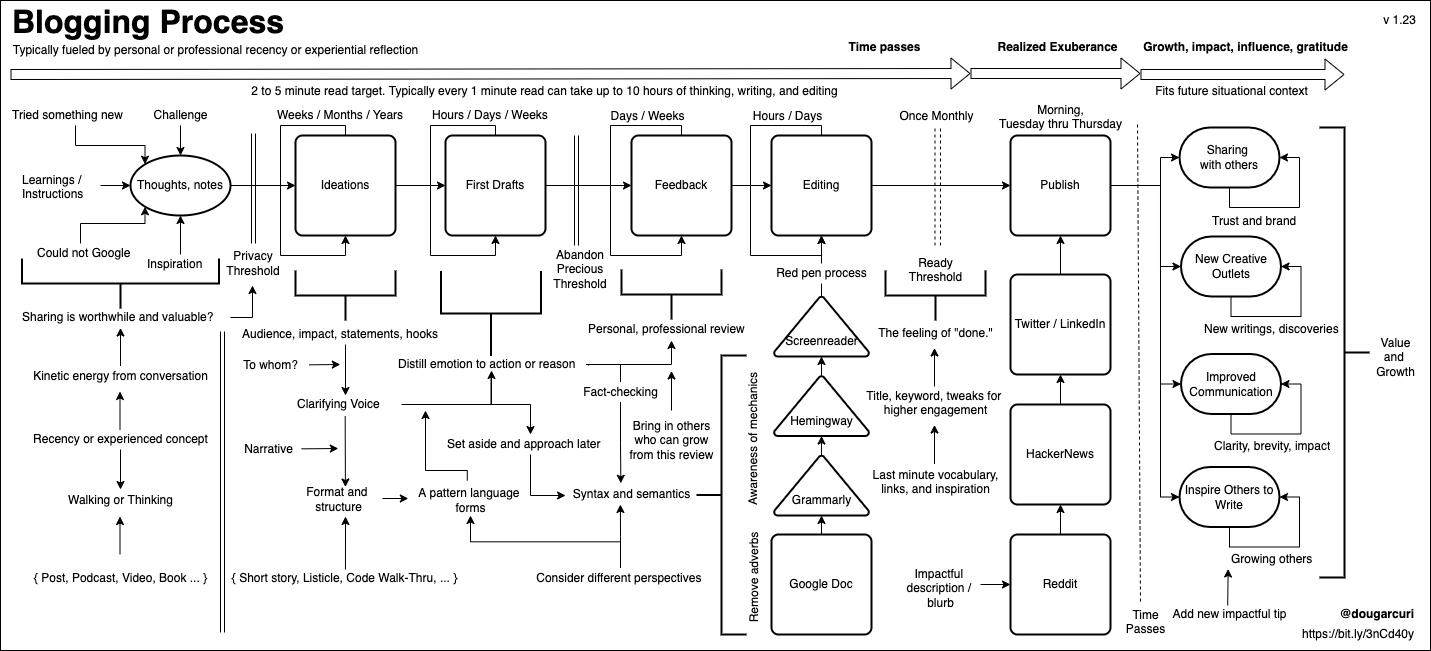
Earlier version of the draw.io export mentoring/diagrams/blogging-process.png (solidi/learning-notes). Source tidied: cells renumbered, new cells last; positions are measured from the earlier drawing's top-left corner, leaving out a move shared by most shapes.
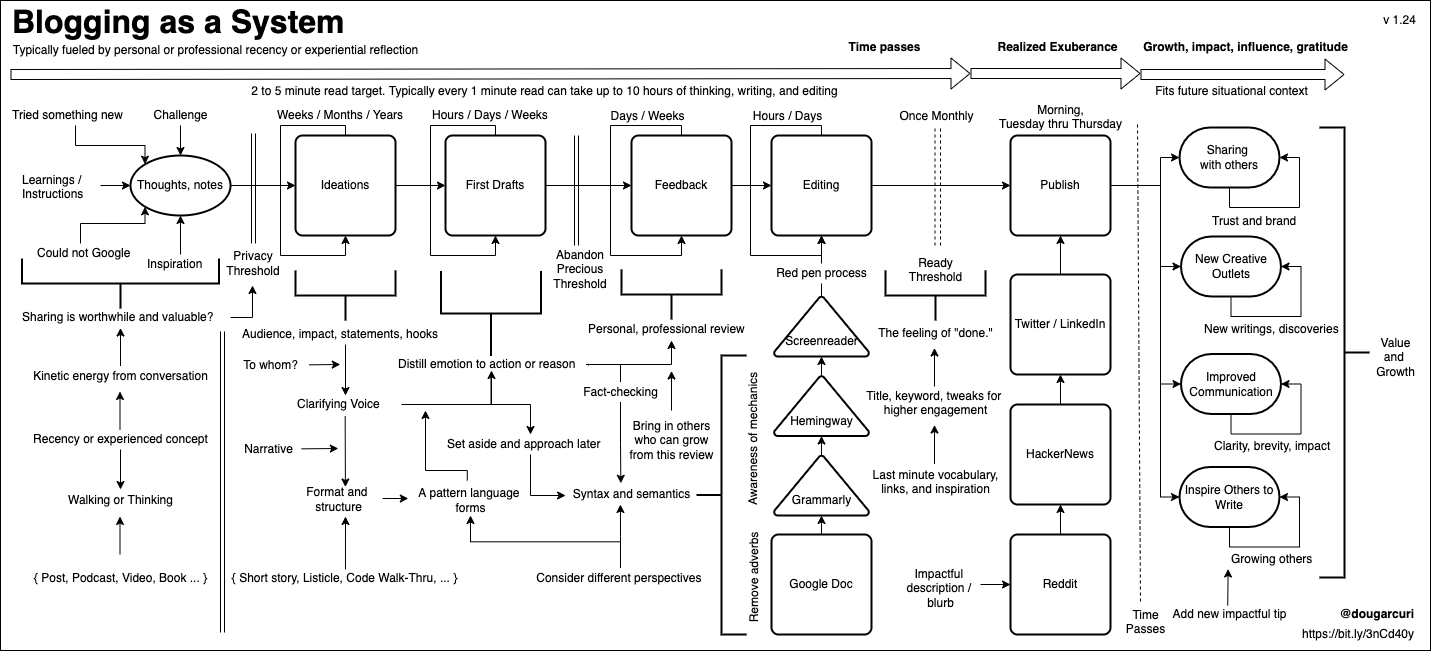
The same diagram one commit later.

Commit message:
Add red-pen process to the blogging diagram

What changed in the source:
```diff
@@ -126,8 +126,8 @@
     <mxCell id="28" style="edgeStyle=orthogonalEdgeStyle;rounded=0;jettySize=auto;html=1;exitX=0.5;exitY=0;exitDx=0;exitDy=0;entryX=0.5;entryY=1;entryDx=0;entryDy=0;exitPerimeter=0;startArrow=none;" parent="1" edge="1" source="146" target="16">
       <mxGeometry relative="1" as="geometry" />
     </mxCell>
-    <mxCell id="29" value="&lt;b&gt;&lt;font style=&quot;font-size: 32px&quot;&gt;Blogging Process&lt;/font&gt;&lt;/b&gt;" style="text;html=1;align=left;verticalAlign=top;spacingTop=-4;" parent="1" vertex="1">
-      <mxGeometry x="10" width="290" height="20" as="geometry" />
+    <mxCell id="29" value="&lt;b&gt;&lt;font style=&quot;font-size: 32px&quot;&gt;Blogging as a System&lt;/font&gt;&lt;/b&gt;" style="text;html=1;align=left;verticalAlign=top;spacingTop=-4;" parent="1" vertex="1">
+      <mxGeometry x="10" width="350" height="20" as="geometry" />
     </mxCell>
     <mxCell id="30" style="strokeWidth=2;html=1;shape=mxgraph.flowchart.annotation_2;align=left;labelPosition=right;rotation=-90;" parent="1" vertex="1">
       <mxGeometry x="320" y="245" width="50" height="100" as="geometry" />
@@ -494,7 +494,7 @@
         <mxPoint x="120" y="327.5" as="targetPoint" />
       </mxGeometry>
     </mxCell>
-    <mxCell id="121" value="v 1.23" style="text;html=1;align=center;verticalAlign=middle;" parent="1" vertex="1">
+    <mxCell id="121" value="v 1.24" style="text;html=1;align=center;verticalAlign=middle;" parent="1" vertex="1">
       <mxGeometry x="1374" y="10" width="50" height="20" as="geometry" />
     </mxCell>
     <mxCell id="122" value="Morning,&lt;br&gt;Tuesday thru Thursday" style="text;html=1;align=center;verticalAlign=top;spacingTop=-4;" parent="1" vertex="1">
```
